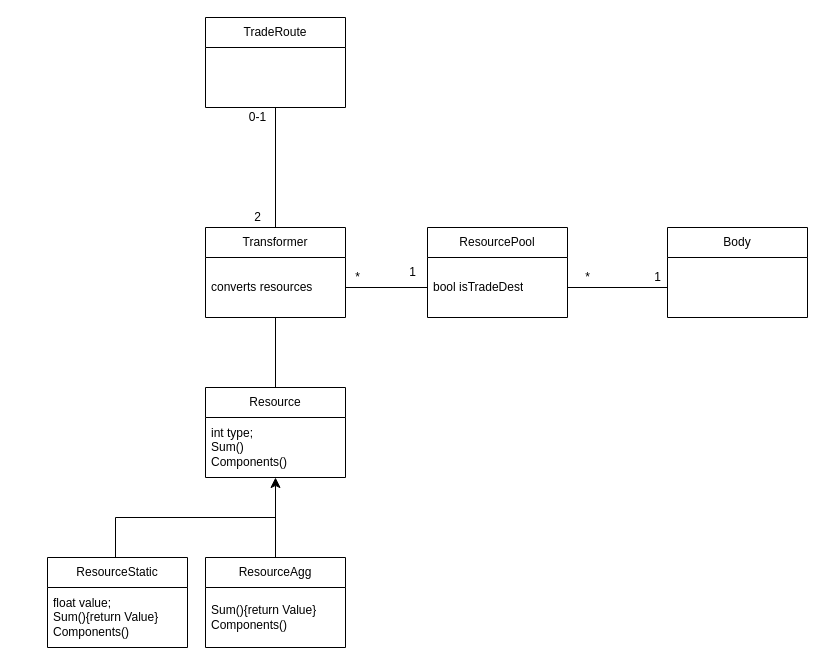
Before: UML.drawio in CallumWalley/tradeTest, a draw.io diagram. Source tidied: cells renumbered, new cells numbered last; positions are measured from the earlier drawing's top-left corner, leaving out a move shared by most shapes. Both pictures are drawn from the tidied source at 100%, with x=0, y=0 at pixel (47, 17).
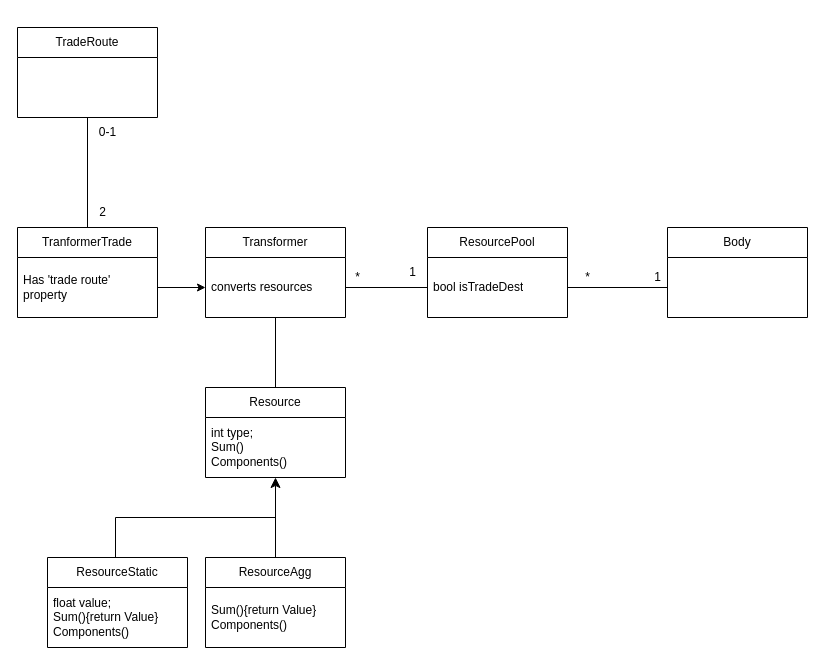
The same diagram, later.

The change refers to these unchanged cells:
```xml
<mxCell id="16" value="Transformer" style="swimlane;fontStyle=0;horizontal=1;startSize=30;whiteSpace=wrap;html=1;" parent="1" vertex="1">
  <mxGeometry x="158" y="210" width="140" height="90" as="geometry" />
</mxCell>
<mxCell id="17" value="converts resources" style="text;strokeColor=none;fillColor=none;align=left;verticalAlign=middle;spacingLeft=4;spacingRight=4;overflow=hidden;points=[[0,0.5],[1,0.5]];portConstraint=eastwest;whiteSpace=wrap;html=1;" parent="16" vertex="1">
  <mxGeometry y="30" width="140" height="60" as="geometry" />
</mxCell>
```

What changed in the source:
```diff
@@
-    <mxCell id="14" style="edgeStyle=none;html=1;exitX=0.5;exitY=1;exitDx=0;exitDy=0;entryX=0.5;entryY=0;entryDx=0;entryDy=0;endArrow=none;endFill=0;" parent="1" edge="1" source="15" target="16">
+    <mxCell id="14" style="edgeStyle=none;html=1;exitX=0.5;exitY=1;exitDx=0;exitDy=0;entryX=0.5;entryY=0;entryDx=0;entryDy=0;endArrow=none;endFill=0;" parent="1" edge="1" source="15" target="26">
       <mxGeometry relative="1" as="geometry" />
     </mxCell>
     <mxCell id="15" value="TradeRoute" style="swimlane;fontStyle=0;horizontal=1;startSize=30;whiteSpace=wrap;html=1;" parent="1" vertex="1">
-      <mxGeometry x="158" width="140" height="90" as="geometry" />
+      <mxGeometry x="-30" y="10" width="140" height="90" as="geometry" />
     </mxCell>
@@
     <mxCell id="22" value="0-1" style="text;html=1;align=center;verticalAlign=middle;strokeColor=none;fillColor=none;" parent="1" vertex="1">
-      <mxGeometry x="190" y="85" width="40" height="30" as="geometry" />
+      <mxGeometry x="40" y="100" width="40" height="30" as="geometry" />
     </mxCell>
     <mxCell id="23" value="2" style="text;html=1;align=center;verticalAlign=middle;strokeColor=none;fillColor=none;" parent="1" vertex="1">
-      <mxGeometry x="195" y="185" width="30" height="30" as="geometry" />
+      <mxGeometry x="40" y="180" width="30" height="30" as="geometry" />
     </mxCell>
@@
+    <mxCell id="26" value="TranformerTrade" style="swimlane;fontStyle=0;horizontal=1;startSize=30;whiteSpace=wrap;html=1;" parent="1" vertex="1">
+      <mxGeometry x="-30" y="210" width="140" height="90" as="geometry" />
+    </mxCell>
+    <mxCell id="27" value="Has 'trade route' property" style="text;strokeColor=none;fillColor=none;align=left;verticalAlign=middle;spacingLeft=4;spacingRight=4;overflow=hidden;points=[[0,0.5],[1,0.5]];portConstraint=eastwest;whiteSpace=wrap;html=1;" parent="26" vertex="1">
+      <mxGeometry y="30" width="140" height="60" as="geometry" />
+    </mxCell>
+    <mxCell id="28" style="edgeStyle=none;html=1;" parent="1" edge="1" source="27" target="17">
+      <mxGeometry relative="1" as="geometry" />
+    </mxCell>
```
